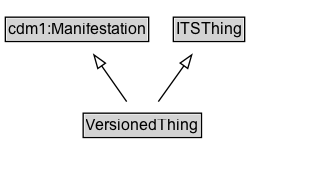
This is docs/diagrams/VersionedThing.dot.png from ISO-TC204/ontology-its-core-v1, a Graphviz export, as it was before one commit. Its source is kept beside it as docs/diagrams/VersionedThing.dot. Source of this version:
```dot
digraph {
	graph [overlap=false rankdir=TB splines=true]
	node [fontname=Arial fontsize=12 margin=0 shape=none]
	edge [fontname=Arial fontsize=11]
	{
		rank=source
		cdm1_Manifestation [label=<<TABLE BORDER="1" CELLBORDER="0" CELLSPACING="0" CELLPADDING="1"><TR><TD BGCOLOR="lightgray" ALIGN="CENTER">cdm1:Manifestation</TD></TR></TABLE>> URL="https://w3id.org/citydata/part1/v1/Manifestation" margin=0]
		ITSThing [label=<<TABLE BORDER="1" CELLBORDER="0" CELLSPACING="0" CELLPADDING="1"><TR><TD BGCOLOR="lightgray" ALIGN="CENTER">ITSThing</TD></TR></TABLE>> URL="../ITSThing" margin=0]
	}
	VersionedThing [label=<<TABLE BORDER="1" CELLBORDER="0" CELLSPACING="0" CELLPADDING="1"><TR><TD BGCOLOR="lightgray" ALIGN="CENTER">VersionedThing</TD></TR></TABLE>> URL="../VersionedThing" margin=0]
	{
		rank=max
	}
	subgraph cluster_associated {
		label="" style=invis
		Invis [label=<<TABLE BORDER="0" CELLBORDER="0" CELLSPACING="0" CELLPADDING="1"><TR><TD></TD></TR></TABLE>> margin=0 style=invis]
	}
	VersionedThing -> cdm1_Manifestation [arrowhead=onormal style=solid]
	VersionedThing -> ITSThing [arrowhead=onormal style=solid]
}
```
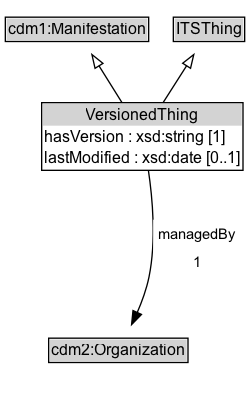
The same diagram one commit later.

Change to the diagram source:
```diff
@@ -7,14 +7,19 @@
 		cdm1_Manifestation [label=<<TABLE BORDER="1" CELLBORDER="0" CELLSPACING="0" CELLPADDING="1"><TR><TD BGCOLOR="lightgray" ALIGN="CENTER">cdm1:Manifestation</TD></TR></TABLE>> URL="https://w3id.org/citydata/part1/v1/Manifestation" margin=0]
 		ITSThing [label=<<TABLE BORDER="1" CELLBORDER="0" CELLSPACING="0" CELLPADDING="1"><TR><TD BGCOLOR="lightgray" ALIGN="CENTER">ITSThing</TD></TR></TABLE>> URL="../ITSThing" margin=0]
 	}
-	VersionedThing [label=<<TABLE BORDER="1" CELLBORDER="0" CELLSPACING="0" CELLPADDING="1"><TR><TD BGCOLOR="lightgray" ALIGN="CENTER">VersionedThing</TD></TR></TABLE>> URL="../VersionedThing" margin=0]
+	VersionedThing [label=<<TABLE BORDER="1" CELLBORDER="0" CELLSPACING="0" CELLPADDING="1"><TR><TD BGCOLOR="lightgray" ALIGN="CENTER">VersionedThing</TD></TR><TR><TD ALIGN="LEFT">hasVersion : xsd:string [1]</TD></TR><TR><TD ALIGN="LEFT">lastModified : xsd:date [0..1]</TD></TR></TABLE>> URL="../VersionedThing" margin=0]
 	{
 		rank=max
 	}
 	subgraph cluster_associated {
 		label="" style=invis
 		Invis [label=<<TABLE BORDER="0" CELLBORDER="0" CELLSPACING="0" CELLPADDING="1"><TR><TD></TD></TR></TABLE>> margin=0 style=invis]
+		cdm2_Organization [label=<<TABLE BORDER="1" CELLBORDER="0" CELLSPACING="0" CELLPADDING="1"><TR><TD BGCOLOR="lightgray" ALIGN="CENTER">cdm2:Organization</TD></TR></TABLE>> URL="https://w3id.org/citydata/part2/v1/Organization" margin=0]
 	}
 	VersionedThing -> cdm1_Manifestation [arrowhead=onormal style=solid]
 	VersionedThing -> ITSThing [arrowhead=onormal style=solid]
+	VersionedThing -> Invis [style=invis]
+	Invis -> cdm2_Organization [style=invis]
+	cdm2_Organization [label=<<TABLE BORDER="1" CELLBORDER="0" CELLSPACING="0" CELLPADDING="1"><TR><TD BGCOLOR="lightgray" ALIGN="CENTER">cdm2:Organization</TD></TR></TABLE>> URL="https://w3id.org/citydata/part2/v1/Organization" margin=0]
+	VersionedThing -> cdm2_Organization [label=<<TABLE BORDER="0" CELLBORDER="0" CELLSPACING="0" CELLPADDING="4" BGCOLOR="white"><TR><TD ALIGN="CENTER">managedBy</TD></TR><TR><TD ALIGN="CENTER">1</TD></TR></TABLE>> arrowhead=normal style=solid]
 }
```
